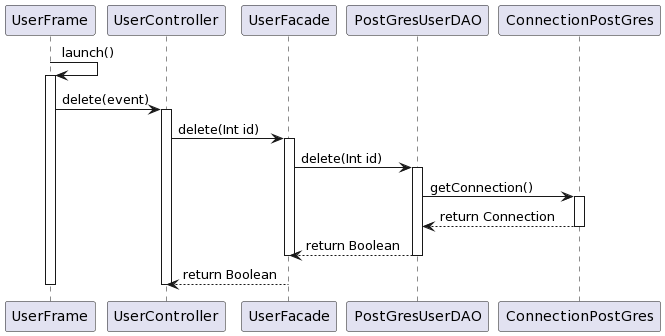
The PlantUML diagram diagrammes/User/sequence-delete.png in thmsfnr/Simplify, before a commit. Its source is kept beside it as diagrammes/User/sequence-delete.plantuml. Its diagram source:
```plantuml
@startuml delete

UserFrame -> UserFrame : launch()
activate UserFrame

UserFrame -> UserController: delete(event)
activate UserController

UserController -> UserFacade: delete(Int id)
activate UserFacade

UserFacade -> PostGresUserDAO : delete(Int id)
activate PostGresUserDAO

PostGresUserDAO -> ConnectionPostGres : getConnection()
activate ConnectionPostGres
ConnectionPostGres --> PostGresUserDAO : return Connection
deactivate ConnectionPostGres
PostGresUserDAO --> UserFacade : return Boolean
deactivate PostGresUserDAO
deactivate UserFacade

UserFacade --> UserController : return Boolean
deactivate UserController
deactivate UserFrame

@enduml
```
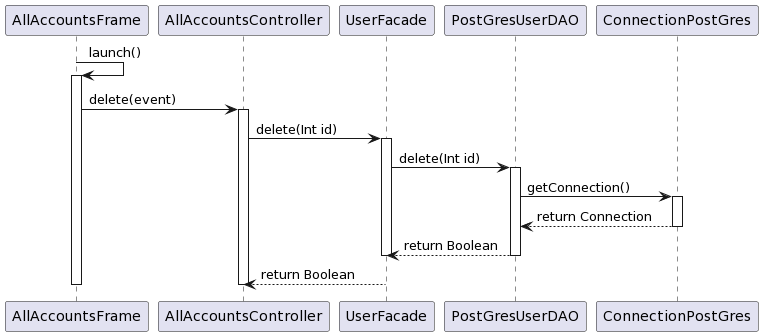
Later version of the same file.

Diff of the diagram source:
```diff
@@ -1,12 +1,12 @@
 @startuml delete
 
-UserFrame -> UserFrame : launch()
-activate UserFrame
+AllAccountsFrame -> AllAccountsFrame : launch()
+activate AllAccountsFrame
 
-UserFrame -> UserController: delete(event)
-activate UserController
+AllAccountsFrame -> AllAccountsController: delete(event)
+activate AllAccountsController
 
-UserController -> UserFacade: delete(Int id)
+AllAccountsController -> UserFacade: delete(Int id)
 activate UserFacade
 
 UserFacade -> PostGresUserDAO : delete(Int id)
@@ -20,8 +20,8 @@
 deactivate PostGresUserDAO
 deactivate UserFacade
 
-UserFacade --> UserController : return Boolean
-deactivate UserController
-deactivate UserFrame
+UserFacade --> AllAccountsController : return Boolean
+deactivate AllAccountsController
+deactivate AllAccountsFrame
 
 @enduml
```
